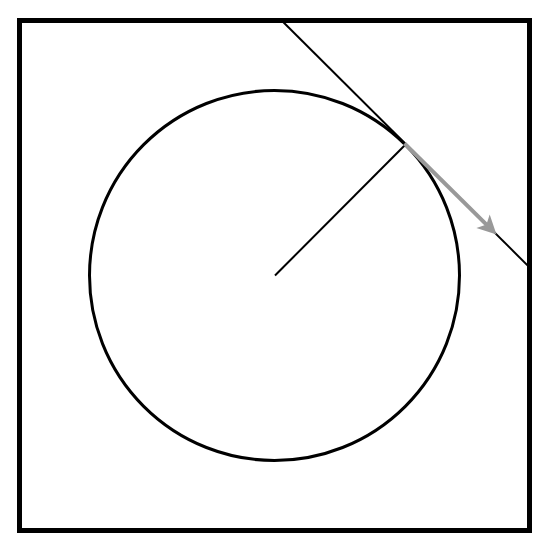
Before: img/methodology_stereoCamera_distortion_tangentialDistortion.drawio in idahoenigmann/LMLM-Doc, a draw.io diagram. Source tidied: cells renumbered, new cells numbered last; positions are measured from the earlier drawing's top-left corner, leaving out a move shared by most shapes. Both pictures are drawn from the tidied source at 100%, with x=0, y=0 at pixel (19, 20).
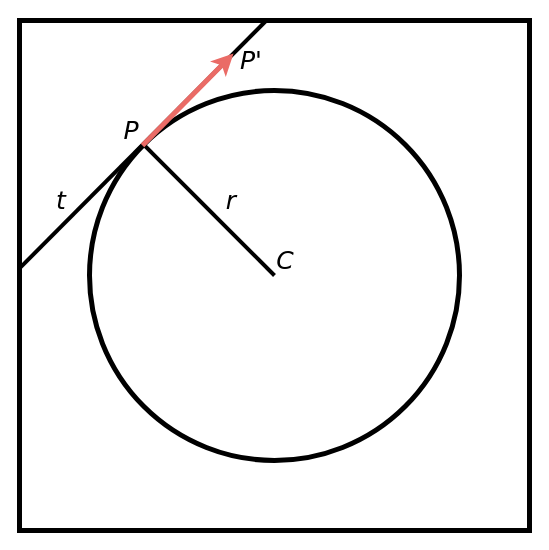
The same diagram, later.

Commit message (it also covers changes not shown here):
work on section methodology/stereoCamera/distortion

The edit, as a diff of the source:
```diff
@@
 <mxGraphModel>
   <root>
     <mxCell id="0" />
     <mxCell id="1" parent="0" />
+    <mxCell id="7" style="group;rotation=-90;" parent="1" vertex="1">
+      <mxGeometry width="510" height="510" as="geometry" />
+    </mxCell>
-    <mxCell id="2" style="whiteSpace=wrap;html=1;strokeWidth=5;fillColor=none;" parent="1" vertex="1">
+    <mxCell id="2" style="whiteSpace=wrap;html=1;strokeWidth=5;fillColor=none;rotation=-90;" parent="7" vertex="1">
       <mxGeometry width="510" height="510" as="geometry" />
     </mxCell>
-    <mxCell id="3" style="ellipse;whiteSpace=wrap;html=1;strokeWidth=3;fillColor=none;" parent="1" vertex="1">
+    <mxCell id="3" style="ellipse;whiteSpace=wrap;html=1;strokeWidth=5;fillColor=none;rotation=-90;" parent="7" vertex="1">
       <mxGeometry x="70" y="70" width="370" height="370" as="geometry" />
     </mxCell>
-    <mxCell id="4" style="endArrow=none;html=1;strokeColor=#000000;strokeWidth=2;entryX=1;entryY=0;entryDx=0;entryDy=0;" parent="1" edge="1" target="3">
+    <mxCell id="4" style="endArrow=none;html=1;strokeColor=#000000;strokeWidth=4;entryX=1;entryY=0;entryDx=0;entryDy=0;" parent="7" edge="1" target="3">
       <mxGeometry relative="1" as="geometry">
-        <mxPoint x="255.5" y="255" as="sourcePoint" />
+        <mxPoint x="255" y="255" as="sourcePoint" />
       </mxGeometry>
     </mxCell>
-    <mxCell id="5" style="endArrow=none;html=1;strokeColor=#000000;strokeWidth=2;exitX=0.514;exitY=0;exitDx=0;exitDy=0;entryX=1.002;entryY=0.486;entryDx=0;entryDy=0;entryPerimeter=0;exitPerimeter=0;" parent="1" edge="1" source="2" target="2">
+    <mxCell id="5" style="endArrow=none;html=1;strokeColor=#000000;strokeWidth=4;exitX=0.514;exitY=0;exitDx=0;exitDy=0;entryX=1.002;entryY=0.486;entryDx=0;entryDy=0;entryPerimeter=0;exitPerimeter=0;" parent="7" edge="1" source="2" target="2">
       <mxGeometry relative="1" as="geometry" />
     </mxCell>
-    <mxCell id="6" style="endArrow=classic;html=1;strokeColor=#999999;strokeWidth=4;" parent="1" edge="1">
+    <mxCell id="6" style="endArrow=classic;html=1;strokeColor=#EA6B66;strokeWidth=5;" parent="7" edge="1">
       <mxGeometry relative="1" as="geometry">
-        <mxPoint x="385" y="123" as="sourcePoint" />
-        <mxPoint x="477" y="214" as="targetPoint" />
+        <mxPoint x="123" y="125" as="sourcePoint" />
+        <mxPoint x="214" y="33" as="targetPoint" />
       </mxGeometry>
     </mxCell>
+    <mxCell id="8" value="&lt;i&gt;&lt;font style=&quot;font-size: 25px&quot; face=&quot;Verdana&quot;&gt;P&lt;/font&gt;&lt;/i&gt;" style="text;html=1;strokeColor=none;fillColor=none;align=center;verticalAlign=middle;whiteSpace=wrap;rounded=0;" parent="7" vertex="1">
+      <mxGeometry x="102" y="100" width="20" height="20" as="geometry" />
+    </mxCell>
+    <mxCell id="9" value="&lt;i&gt;&lt;font style=&quot;font-size: 25px&quot; face=&quot;Verdana&quot;&gt;t&lt;/font&gt;&lt;/i&gt;" style="text;html=1;strokeColor=none;fillColor=none;align=center;verticalAlign=middle;whiteSpace=wrap;rounded=0;" parent="7" vertex="1">
+      <mxGeometry x="32" y="170" width="20" height="20" as="geometry" />
+    </mxCell>
+    <mxCell id="10" value="&lt;i&gt;&lt;font style=&quot;font-size: 25px&quot; face=&quot;Verdana&quot;&gt;&lt;font style=&quot;font-size: 25px&quot;&gt;P&lt;/font&gt;'&lt;/font&gt;&lt;/i&gt;" style="text;html=1;strokeColor=none;fillColor=none;align=center;verticalAlign=middle;whiteSpace=wrap;rounded=0;" parent="7" vertex="1">
+      <mxGeometry x="222" y="30" width="20" height="20" as="geometry" />
+    </mxCell>
+    <mxCell id="11" value="&lt;i&gt;&lt;font style=&quot;font-size: 25px&quot; face=&quot;Verdana&quot;&gt;C&lt;/font&gt;&lt;/i&gt;" style="text;html=1;strokeColor=none;fillColor=none;align=center;verticalAlign=middle;whiteSpace=wrap;rounded=0;" parent="7" vertex="1">
+      <mxGeometry x="255.5" y="230" width="20" height="20" as="geometry" />
+    </mxCell>
+    <mxCell id="12" value="&lt;font face=&quot;Verdana&quot;&gt;&lt;i&gt;&lt;font style=&quot;font-size: 25px&quot;&gt;r&lt;/font&gt;&lt;/i&gt;&lt;/font&gt;" style="text;html=1;strokeColor=none;fillColor=none;align=center;verticalAlign=middle;whiteSpace=wrap;rounded=0;" parent="7" vertex="1">
+      <mxGeometry x="202" y="170" width="20" height="20" as="geometry" />
+    </mxCell>
   </root>
 </mxGraphModel>
```
